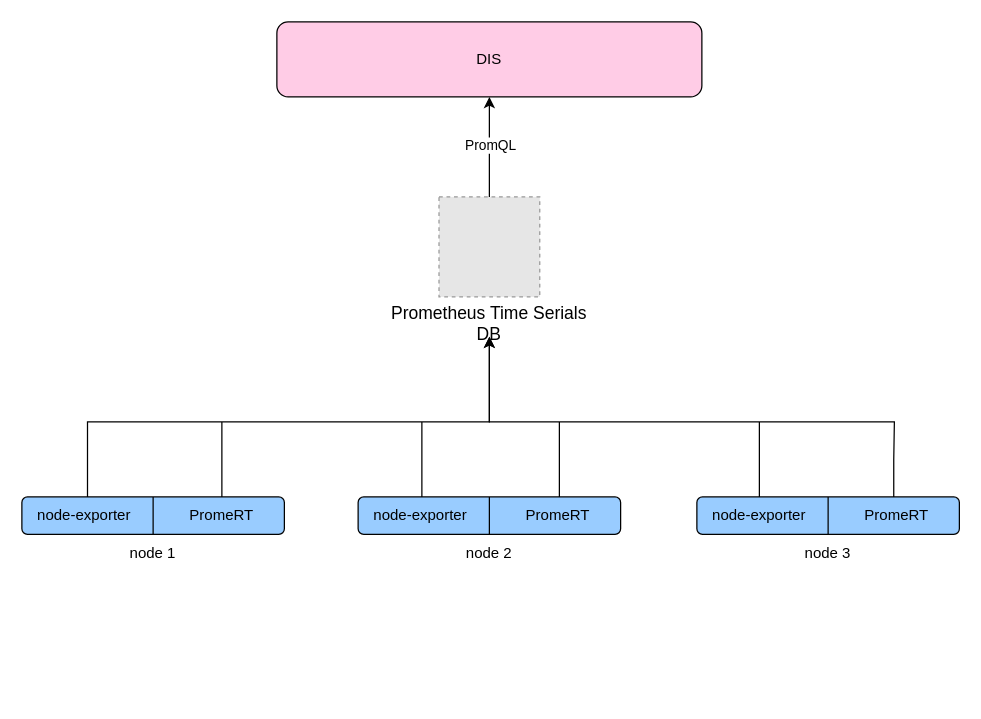
Before: page "资源监控" (10 of 12) of 自助式接入.drawio in dophinlife/drawio, a draw.io diagram. Source tidied: cells renumbered, new cells numbered last; positions are measured from the earlier drawing's top-left corner, leaving out a move shared by most shapes. Both pictures are drawn from the tidied source at 125%, with x=0, y=0 at pixel (21, 21). Pictures stored in the file or linked from it are replaced by grey dashed boxes.
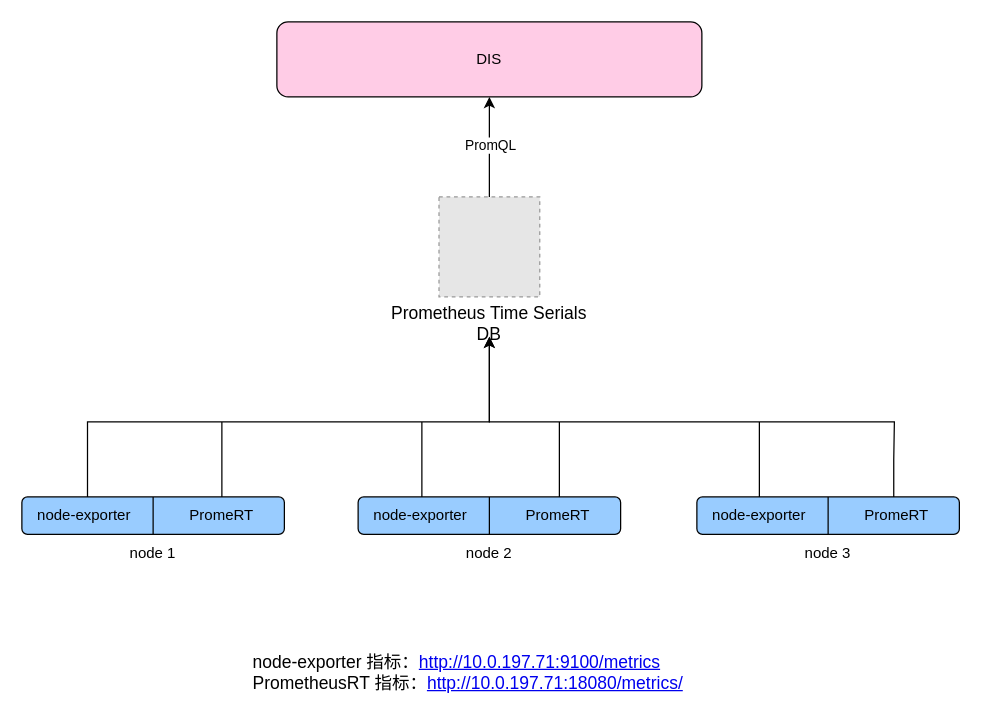
The same page after the edit.

The edit, as a diff of the source:
```diff
@@
+    <mxCell id="32" value="&lt;font style=&quot;font-size: 14px&quot;&gt;node-exporter 指标：&lt;a href=&quot;http://10.0.197.71:9100/metrics&quot;&gt;http://10.0.197.71:9100/metrics&lt;/a&gt;&lt;br&gt;PrometheusRT 指标：&lt;a href=&quot;http://10.0.197.71:18080/metrics/&quot;&gt;http://10.0.197.71:18080/metrics/&lt;/a&gt;&lt;/font&gt;" style="text;html=1;strokeColor=none;fillColor=none;align=left;verticalAlign=middle;whiteSpace=wrap;rounded=0;" parent="1" vertex="1">
+      <mxGeometry x="183" y="500" width="382" height="40" as="geometry" />
+    </mxCell>
```
